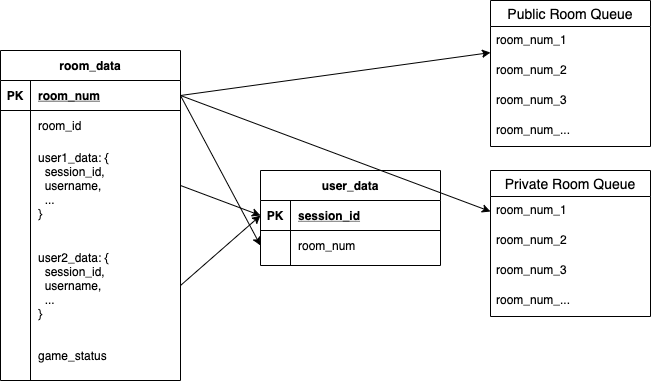
hangekinobaka/sleepy-davinci-code keeps this draw.io diagram as design/data-graph.png. Above is the earlier version. Source tidied: cells renumbered, new cells last; positions are measured from the earlier drawing's top-left corner, leaving out a move shared by most shapes.
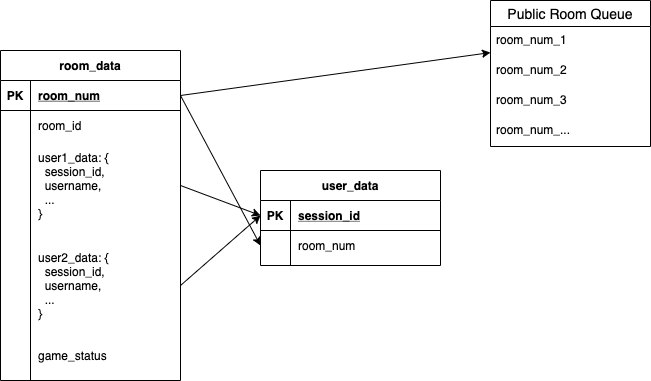
Later version of the same file.

What changed in the source:
```diff
@@ -92,29 +92,11 @@
     <mxCell id="31" value="room_num_..." style="text;strokeColor=none;fillColor=none;spacingLeft=4;spacingRight=4;overflow=hidden;fontSize=12;" parent="27" vertex="1">
       <mxGeometry y="116" width="160" height="30" as="geometry" />
     </mxCell>
-    <mxCell id="32" value="Private Room Queue" style="swimlane;fontStyle=0;horizontal=1;startSize=26;align=center;fontSize=14;" parent="1" vertex="1">
-      <mxGeometry x="490" y="170" width="160" height="146" as="geometry" />
-    </mxCell>
-    <mxCell id="33" value="room_num_1" style="text;strokeColor=none;fillColor=none;spacingLeft=4;spacingRight=4;overflow=hidden;points=[[0,0.5],[1,0.5]];portConstraint=eastwest;fontSize=12;" parent="32" vertex="1">
-      <mxGeometry y="26" width="160" height="30" as="geometry" />
-    </mxCell>
-    <mxCell id="34" value="room_num_2" style="text;strokeColor=none;fillColor=none;spacingLeft=4;spacingRight=4;overflow=hidden;fontSize=12;" parent="32" vertex="1">
-      <mxGeometry y="56" width="160" height="30" as="geometry" />
-    </mxCell>
-    <mxCell id="35" value="room_num_3" style="text;strokeColor=none;fillColor=none;spacingLeft=4;spacingRight=4;overflow=hidden;fontSize=12;" parent="32" vertex="1">
-      <mxGeometry y="86" width="160" height="30" as="geometry" />
-    </mxCell>
-    <mxCell id="36" value="room_num_..." style="text;strokeColor=none;fillColor=none;spacingLeft=4;spacingRight=4;overflow=hidden;fontSize=12;" parent="32" vertex="1">
-      <mxGeometry y="116" width="160" height="30" as="geometry" />
-    </mxCell>
     <mxCell id="37" style="rounded=0;jettySize=auto;html=1;entryX=0;entryY=0.5;entryDx=0;entryDy=0;exitX=1;exitY=0.5;exitDx=0;exitDy=0;" parent="1" edge="1" source="3" target="22">
       <mxGeometry relative="1" as="geometry" />
     </mxCell>
     <mxCell id="38" style="edgeStyle=none;rounded=0;jettySize=auto;html=1;exitX=1;exitY=0.5;exitDx=0;exitDy=0;" parent="1" edge="1" source="3" target="28">
       <mxGeometry relative="1" as="geometry" />
     </mxCell>
-    <mxCell id="39" style="edgeStyle=none;rounded=0;jettySize=auto;html=1;entryX=0;entryY=0.5;entryDx=0;entryDy=0;exitX=1;exitY=0.5;exitDx=0;exitDy=0;" parent="1" edge="1" source="3" target="33">
-      <mxGeometry relative="1" as="geometry" />
-    </mxCell>
   </root>
 </mxGraphModel>
```
